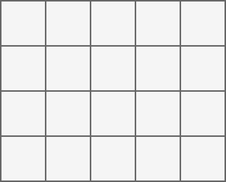
Before: docs/.vuepress/public/img/62c303-L0.drawio.png, a diagram exported from draw.io (axiomofchoice-hjt/blogpages). Source tidied: cells renumbered, new cells last; positions are measured from the earlier drawing's top-left corner, leaving out a move shared by most shapes. The source it was exported from:
```xml
<mxGraphModel background="#ffffff">
  <root>
    <mxCell id="0" />
    <mxCell id="1" parent="0" />
    <mxCell id="2" style="rounded=0;whiteSpace=wrap;html=1;fillColor=#f5f5f5;fontColor=#333333;strokeColor=#666666;" parent="1" vertex="1">
      <mxGeometry width="30" height="30" as="geometry" />
    </mxCell>
    <mxCell id="3" style="rounded=0;whiteSpace=wrap;html=1;fillColor=#f5f5f5;fontColor=#333333;strokeColor=#666666;" parent="1" vertex="1">
      <mxGeometry x="30" width="30" height="30" as="geometry" />
    </mxCell>
    <mxCell id="4" style="rounded=0;whiteSpace=wrap;html=1;fillColor=#f5f5f5;fontColor=#333333;strokeColor=#666666;" parent="1" vertex="1">
      <mxGeometry x="60" width="30" height="30" as="geometry" />
    </mxCell>
    <mxCell id="5" style="rounded=0;whiteSpace=wrap;html=1;fillColor=#f5f5f5;fontColor=#333333;strokeColor=#666666;" parent="1" vertex="1">
      <mxGeometry x="90" width="30" height="30" as="geometry" />
    </mxCell>
    <mxCell id="6" style="rounded=0;whiteSpace=wrap;html=1;fillColor=#f5f5f5;fontColor=#333333;strokeColor=#666666;" parent="1" vertex="1">
      <mxGeometry x="120" width="30" height="30" as="geometry" />
    </mxCell>
    <mxCell id="7" style="rounded=0;whiteSpace=wrap;html=1;fillColor=#f5f5f5;fontColor=#333333;strokeColor=#666666;" parent="1" vertex="1">
      <mxGeometry y="30" width="30" height="30" as="geometry" />
    </mxCell>
    <mxCell id="8" style="rounded=0;whiteSpace=wrap;html=1;fillColor=#f5f5f5;fontColor=#333333;strokeColor=#666666;" parent="1" vertex="1">
      <mxGeometry x="30" y="30" width="30" height="30" as="geometry" />
    </mxCell>
    <mxCell id="9" style="rounded=0;whiteSpace=wrap;html=1;fillColor=#f5f5f5;fontColor=#333333;strokeColor=#666666;" parent="1" vertex="1">
      <mxGeometry x="60" y="30" width="30" height="30" as="geometry" />
    </mxCell>
    <mxCell id="10" style="rounded=0;whiteSpace=wrap;html=1;fillColor=#f5f5f5;fontColor=#333333;strokeColor=#666666;" parent="1" vertex="1">
      <mxGeometry x="90" y="30" width="30" height="30" as="geometry" />
    </mxCell>
    <mxCell id="11" style="rounded=0;whiteSpace=wrap;html=1;fillColor=#f5f5f5;fontColor=#333333;strokeColor=#666666;" parent="1" vertex="1">
      <mxGeometry x="120" y="30" width="30" height="30" as="geometry" />
    </mxCell>
    <mxCell id="12" style="rounded=0;whiteSpace=wrap;html=1;fillColor=#f5f5f5;fontColor=#333333;strokeColor=#666666;" parent="1" vertex="1">
      <mxGeometry y="60" width="30" height="30" as="geometry" />
    </mxCell>
    <mxCell id="13" style="rounded=0;whiteSpace=wrap;html=1;fillColor=#f5f5f5;fontColor=#333333;strokeColor=#666666;" parent="1" vertex="1">
      <mxGeometry x="30" y="60" width="30" height="30" as="geometry" />
    </mxCell>
    <mxCell id="14" style="rounded=0;whiteSpace=wrap;html=1;fillColor=#f5f5f5;fontColor=#333333;strokeColor=#666666;" parent="1" vertex="1">
      <mxGeometry x="60" y="60" width="30" height="30" as="geometry" />
    </mxCell>
    <mxCell id="15" style="rounded=0;whiteSpace=wrap;html=1;fillColor=#f5f5f5;fontColor=#333333;strokeColor=#666666;" parent="1" vertex="1">
      <mxGeometry x="90" y="60" width="30" height="30" as="geometry" />
    </mxCell>
    <mxCell id="16" style="rounded=0;whiteSpace=wrap;html=1;fillColor=#f5f5f5;fontColor=#333333;strokeColor=#666666;" parent="1" vertex="1">
      <mxGeometry x="120" y="60" width="30" height="30" as="geometry" />
    </mxCell>
    <mxCell id="17" style="rounded=0;whiteSpace=wrap;html=1;fillColor=#f5f5f5;fontColor=#333333;strokeColor=#666666;" parent="1" vertex="1">
      <mxGeometry y="90" width="30" height="30" as="geometry" />
    </mxCell>
    <mxCell id="18" style="rounded=0;whiteSpace=wrap;html=1;fillColor=#f5f5f5;fontColor=#333333;strokeColor=#666666;" parent="1" vertex="1">
      <mxGeometry x="30" y="90" width="30" height="30" as="geometry" />
    </mxCell>
    <mxCell id="19" style="rounded=0;whiteSpace=wrap;html=1;fillColor=#f5f5f5;fontColor=#333333;strokeColor=#666666;" parent="1" vertex="1">
      <mxGeometry x="60" y="90" width="30" height="30" as="geometry" />
    </mxCell>
    <mxCell id="20" style="rounded=0;whiteSpace=wrap;html=1;fillColor=#f5f5f5;fontColor=#333333;strokeColor=#666666;" parent="1" vertex="1">
      <mxGeometry x="90" y="90" width="30" height="30" as="geometry" />
    </mxCell>
    <mxCell id="21" style="rounded=0;whiteSpace=wrap;html=1;fillColor=#f5f5f5;fontColor=#333333;strokeColor=#666666;" parent="1" vertex="1">
      <mxGeometry x="120" y="90" width="30" height="30" as="geometry" />
    </mxCell>
  </root>
</mxGraphModel>
```
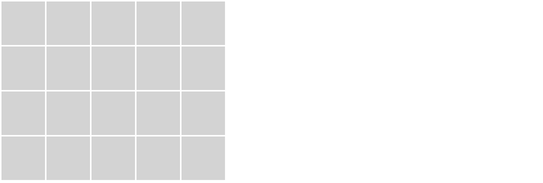
After the change.

What changed in the source:
```diff
@@ -2,64 +2,70 @@
   <root>
     <mxCell id="0" />
     <mxCell id="1" parent="0" />
+    <mxCell id="22" style="endArrow=none;dashed=1;html=1;strokeColor=#FFFFFF;" parent="1" edge="1">
+      <mxGeometry relative="1" as="geometry">
+        <mxPoint as="sourcePoint" />
+        <mxPoint x="360" as="targetPoint" />
+      </mxGeometry>
+    </mxCell>
-    <mxCell id="2" style="rounded=0;whiteSpace=wrap;html=1;fillColor=#f5f5f5;fontColor=#333333;strokeColor=#666666;" parent="1" vertex="1">
+    <mxCell id="2" style="rounded=0;whiteSpace=wrap;html=1;fillColor=#d3d3d3;fontColor=#333333;strokeColor=#ffffff;" parent="1" vertex="1">
       <mxGeometry width="30" height="30" as="geometry" />
     </mxCell>
-    <mxCell id="3" style="rounded=0;whiteSpace=wrap;html=1;fillColor=#f5f5f5;fontColor=#333333;strokeColor=#666666;" parent="1" vertex="1">
+    <mxCell id="3" style="rounded=0;whiteSpace=wrap;html=1;fillColor=#d3d3d3;fontColor=#333333;strokeColor=#ffffff;" parent="1" vertex="1">
       <mxGeometry x="30" width="30" height="30" as="geometry" />
     </mxCell>
-    <mxCell id="4" style="rounded=0;whiteSpace=wrap;html=1;fillColor=#f5f5f5;fontColor=#333333;strokeColor=#666666;" parent="1" vertex="1">
+    <mxCell id="4" style="rounded=0;whiteSpace=wrap;html=1;fillColor=#d3d3d3;fontColor=#333333;strokeColor=#ffffff;" parent="1" vertex="1">
       <mxGeometry x="60" width="30" height="30" as="geometry" />
     </mxCell>
-    <mxCell id="5" style="rounded=0;whiteSpace=wrap;html=1;fillColor=#f5f5f5;fontColor=#333333;strokeColor=#666666;" parent="1" vertex="1">
+    <mxCell id="5" style="rounded=0;whiteSpace=wrap;html=1;fillColor=#d3d3d3;fontColor=#333333;strokeColor=#ffffff;" parent="1" vertex="1">
       <mxGeometry x="90" width="30" height="30" as="geometry" />
     </mxCell>
-    <mxCell id="6" style="rounded=0;whiteSpace=wrap;html=1;fillColor=#f5f5f5;fontColor=#333333;strokeColor=#666666;" parent="1" vertex="1">
+    <mxCell id="6" style="rounded=0;whiteSpace=wrap;html=1;fillColor=#d3d3d3;fontColor=#333333;strokeColor=#ffffff;" parent="1" vertex="1">
       <mxGeometry x="120" width="30" height="30" as="geometry" />
     </mxCell>
-    <mxCell id="7" style="rounded=0;whiteSpace=wrap;html=1;fillColor=#f5f5f5;fontColor=#333333;strokeColor=#666666;" parent="1" vertex="1">
+    <mxCell id="7" style="rounded=0;whiteSpace=wrap;html=1;fillColor=#d3d3d3;fontColor=#333333;strokeColor=#ffffff;" parent="1" vertex="1">
       <mxGeometry y="30" width="30" height="30" as="geometry" />
     </mxCell>
-    <mxCell id="8" style="rounded=0;whiteSpace=wrap;html=1;fillColor=#f5f5f5;fontColor=#333333;strokeColor=#666666;" parent="1" vertex="1">
+    <mxCell id="8" style="rounded=0;whiteSpace=wrap;html=1;fillColor=#d3d3d3;fontColor=#333333;strokeColor=#ffffff;" parent="1" vertex="1">
       <mxGeometry x="30" y="30" width="30" height="30" as="geometry" />
     </mxCell>
-    <mxCell id="9" style="rounded=0;whiteSpace=wrap;html=1;fillColor=#f5f5f5;fontColor=#333333;strokeColor=#666666;" parent="1" vertex="1">
+    <mxCell id="9" style="rounded=0;whiteSpace=wrap;html=1;fillColor=#d3d3d3;fontColor=#333333;strokeColor=#ffffff;" parent="1" vertex="1">
       <mxGeometry x="60" y="30" width="30" height="30" as="geometry" />
     </mxCell>
-    <mxCell id="10" style="rounded=0;whiteSpace=wrap;html=1;fillColor=#f5f5f5;fontColor=#333333;strokeColor=#666666;" parent="1" vertex="1">
+    <mxCell id="10" style="rounded=0;whiteSpace=wrap;html=1;fillColor=#d3d3d3;fontColor=#333333;strokeColor=#ffffff;" parent="1" vertex="1">
       <mxGeometry x="90" y="30" width="30" height="30" as="geometry" />
     </mxCell>
-    <mxCell id="11" style="rounded=0;whiteSpace=wrap;html=1;fillColor=#f5f5f5;fontColor=#333333;strokeColor=#666666;" parent="1" vertex="1">
+    <mxCell id="11" style="rounded=0;whiteSpace=wrap;html=1;fillColor=#d3d3d3;fontColor=#333333;strokeColor=#ffffff;" parent="1" vertex="1">
       <mxGeometry x="120" y="30" width="30" height="30" as="geometry" />
     </mxCell>
-    <mxCell id="12" style="rounded=0;whiteSpace=wrap;html=1;fillColor=#f5f5f5;fontColor=#333333;strokeColor=#666666;" parent="1" vertex="1">
+    <mxCell id="12" style="rounded=0;whiteSpace=wrap;html=1;fillColor=#d3d3d3;fontColor=#333333;strokeColor=#ffffff;" parent="1" vertex="1">
       <mxGeometry y="60" width="30" height="30" as="geometry" />
     </mxCell>
-    <mxCell id="13" style="rounded=0;whiteSpace=wrap;html=1;fillColor=#f5f5f5;fontColor=#333333;strokeColor=#666666;" parent="1" vertex="1">
+    <mxCell id="13" style="rounded=0;whiteSpace=wrap;html=1;fillColor=#d3d3d3;fontColor=#333333;strokeColor=#ffffff;" parent="1" vertex="1">
       <mxGeometry x="30" y="60" width="30" height="30" as="geometry" />
     </mxCell>
-    <mxCell id="14" style="rounded=0;whiteSpace=wrap;html=1;fillColor=#f5f5f5;fontColor=#333333;strokeColor=#666666;" parent="1" vertex="1">
+    <mxCell id="14" style="rounded=0;whiteSpace=wrap;html=1;fillColor=#d3d3d3;fontColor=#333333;strokeColor=#ffffff;" parent="1" vertex="1">
       <mxGeometry x="60" y="60" width="30" height="30" as="geometry" />
     </mxCell>
-    <mxCell id="15" style="rounded=0;whiteSpace=wrap;html=1;fillColor=#f5f5f5;fontColor=#333333;strokeColor=#666666;" parent="1" vertex="1">
+    <mxCell id="15" style="rounded=0;whiteSpace=wrap;html=1;fillColor=#d3d3d3;fontColor=#333333;strokeColor=#ffffff;" parent="1" vertex="1">
       <mxGeometry x="90" y="60" width="30" height="30" as="geometry" />
     </mxCell>
-    <mxCell id="16" style="rounded=0;whiteSpace=wrap;html=1;fillColor=#f5f5f5;fontColor=#333333;strokeColor=#666666;" parent="1" vertex="1">
+    <mxCell id="16" style="rounded=0;whiteSpace=wrap;html=1;fillColor=#d3d3d3;fontColor=#333333;strokeColor=#ffffff;" parent="1" vertex="1">
       <mxGeometry x="120" y="60" width="30" height="30" as="geometry" />
     </mxCell>
-    <mxCell id="17" style="rounded=0;whiteSpace=wrap;html=1;fillColor=#f5f5f5;fontColor=#333333;strokeColor=#666666;" parent="1" vertex="1">
+    <mxCell id="17" style="rounded=0;whiteSpace=wrap;html=1;fillColor=#d3d3d3;fontColor=#333333;strokeColor=#ffffff;" parent="1" vertex="1">
       <mxGeometry y="90" width="30" height="30" as="geometry" />
     </mxCell>
-    <mxCell id="18" style="rounded=0;whiteSpace=wrap;html=1;fillColor=#f5f5f5;fontColor=#333333;strokeColor=#666666;" parent="1" vertex="1">
+    <mxCell id="18" style="rounded=0;whiteSpace=wrap;html=1;fillColor=#d3d3d3;fontColor=#333333;strokeColor=#ffffff;" parent="1" vertex="1">
       <mxGeometry x="30" y="90" width="30" height="30" as="geometry" />
     </mxCell>
-    <mxCell id="19" style="rounded=0;whiteSpace=wrap;html=1;fillColor=#f5f5f5;fontColor=#333333;strokeColor=#666666;" parent="1" vertex="1">
+    <mxCell id="19" style="rounded=0;whiteSpace=wrap;html=1;fillColor=#d3d3d3;fontColor=#333333;strokeColor=#ffffff;" parent="1" vertex="1">
       <mxGeometry x="60" y="90" width="30" height="30" as="geometry" />
     </mxCell>
-    <mxCell id="20" style="rounded=0;whiteSpace=wrap;html=1;fillColor=#f5f5f5;fontColor=#333333;strokeColor=#666666;" parent="1" vertex="1">
+    <mxCell id="20" style="rounded=0;whiteSpace=wrap;html=1;fillColor=#d3d3d3;fontColor=#333333;strokeColor=#ffffff;" parent="1" vertex="1">
       <mxGeometry x="90" y="90" width="30" height="30" as="geometry" />
     </mxCell>
-    <mxCell id="21" style="rounded=0;whiteSpace=wrap;html=1;fillColor=#f5f5f5;fontColor=#333333;strokeColor=#666666;" parent="1" vertex="1">
+    <mxCell id="21" style="rounded=0;whiteSpace=wrap;html=1;fillColor=#d3d3d3;fontColor=#333333;strokeColor=#ffffff;" parent="1" vertex="1">
       <mxGeometry x="120" y="90" width="30" height="30" as="geometry" />
     </mxCell>
   </root>
```
